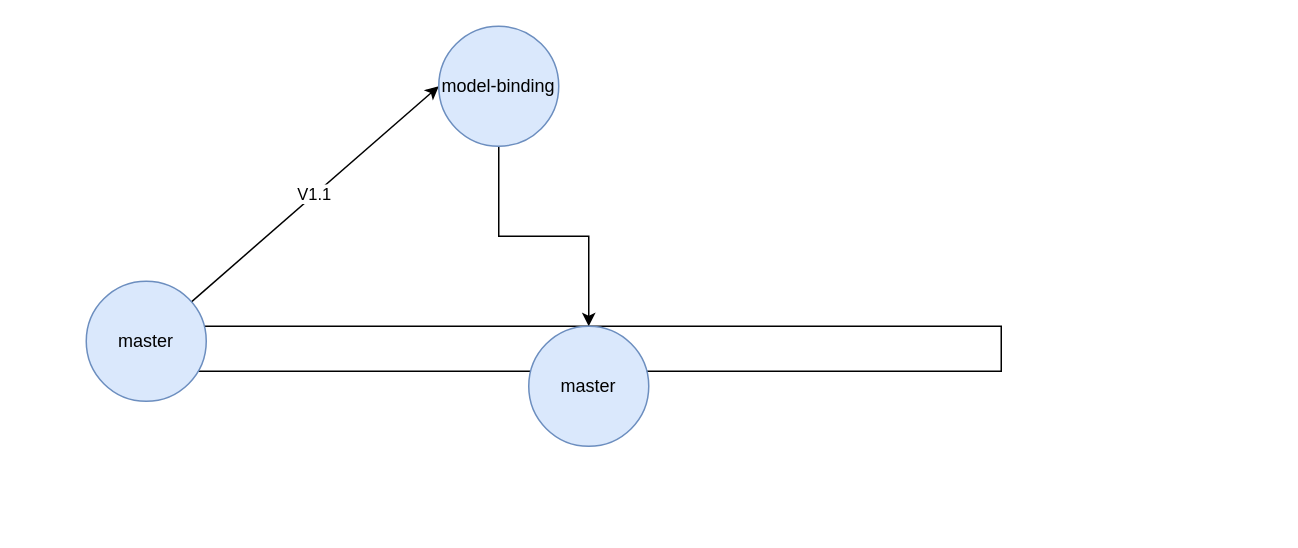
Before: PIS.drawio in zcomert/project-information-system, a draw.io diagram. Source tidied: cells renumbered, new cells numbered last; positions are measured from the earlier drawing's top-left corner, leaving out a move shared by most shapes. Both pictures are drawn from the tidied source at 150%, with x=0, y=0 at pixel (86, 26).
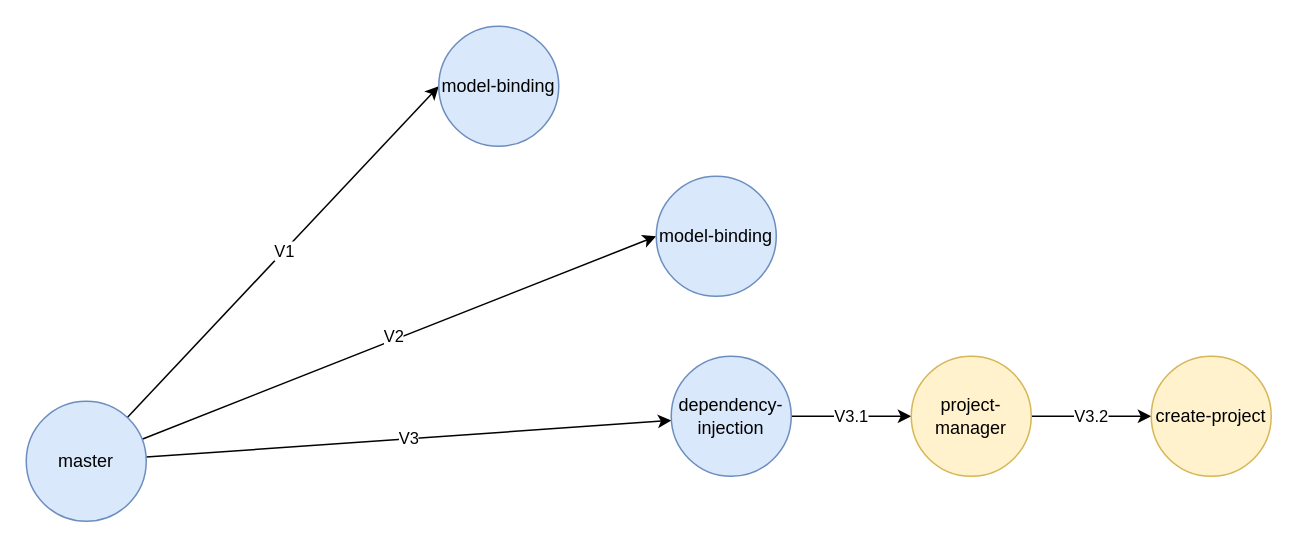
After the change.

Diff of the diagram source:
```diff
@@
 <mxGraphModel>
   <root>
     <mxCell id="0" />
     <mxCell id="1" parent="0" />
-    <mxCell id="2" style="rounded=0;whiteSpace=wrap;html=1;" parent="1" vertex="1">
-      <mxGeometry x="60" y="200" width="550" height="30" as="geometry" />
-    </mxCell>
-    <mxCell id="3" value="V1.1" style="rounded=0;jettySize=auto;html=1;entryX=0;entryY=0.5;entryDx=0;entryDy=0;" parent="1" edge="1" source="4" target="6">
+    <mxCell id="3" value="V1" style="rounded=0;jettySize=auto;html=1;entryX=0;entryY=0.5;entryDx=0;entryDy=0;" parent="1" edge="1" source="4" target="6">
       <mxGeometry relative="1" as="geometry" />
     </mxCell>
+    <mxCell id="8" style="rounded=0;jettySize=auto;html=1;entryX=0;entryY=0.5;entryDx=0;entryDy=0;" parent="1" edge="1" source="4" target="7">
+      <mxGeometry relative="1" as="geometry" />
+    </mxCell>
+    <mxCell id="9" value="V2" style="edgeLabel;html=1;align=center;verticalAlign=middle;" parent="8" vertex="1">
+      <mxGeometry x="-0.02" y="3" relative="1" as="geometry" />
+    </mxCell>
+    <mxCell id="10" value="V3" style="rounded=0;jettySize=auto;html=1;" parent="1" edge="1" source="4" target="12">
+      <mxGeometry relative="1" as="geometry" />
+    </mxCell>
     <mxCell id="4" value="master" style="ellipse;whiteSpace=wrap;html=1;fillColor=#dae8fc;strokeColor=#6c8ebf;" parent="1" vertex="1">
-      <mxGeometry y="170" width="80" height="80" as="geometry" />
+      <mxGeometry x="-40" y="250" width="80" height="80" as="geometry" />
     </mxCell>
-    <mxCell id="5" style="edgeStyle=orthogonalEdgeStyle;rounded=0;jettySize=auto;html=1;" parent="1" edge="1" source="6" target="2">
-      <mxGeometry relative="1" as="geometry" />
-    </mxCell>
     <mxCell id="6" value="model-binding" style="ellipse;whiteSpace=wrap;html=1;fillColor=#dae8fc;strokeColor=#6c8ebf;" parent="1" vertex="1">
       <mxGeometry x="235" width="80" height="80" as="geometry" />
     </mxCell>
-    <mxCell id="7" value="master" style="ellipse;whiteSpace=wrap;html=1;fillColor=#dae8fc;strokeColor=#6c8ebf;" parent="1" vertex="1">
-      <mxGeometry x="295" y="200" width="80" height="80" as="geometry" />
+    <mxCell id="7" value="model-binding" style="ellipse;whiteSpace=wrap;html=1;fillColor=#dae8fc;strokeColor=#6c8ebf;" parent="1" vertex="1">
+      <mxGeometry x="380" y="100" width="80" height="80" as="geometry" />
     </mxCell>
+    <mxCell id="11" value="V3.1" style="edgeStyle=orthogonalEdgeStyle;rounded=0;jettySize=auto;html=1;entryX=0;entryY=0.5;entryDx=0;entryDy=0;" parent="1" edge="1" source="12" target="14">
+      <mxGeometry relative="1" as="geometry" />
+    </mxCell>
+    <mxCell id="12" value="dependency-injection" style="ellipse;whiteSpace=wrap;html=1;fillColor=#dae8fc;strokeColor=#6c8ebf;" parent="1" vertex="1">
+      <mxGeometry x="390" y="220" width="80" height="80" as="geometry" />
+    </mxCell>
+    <mxCell id="13" value="V3.2" style="edgeStyle=orthogonalEdgeStyle;rounded=0;jettySize=auto;html=1;" parent="1" edge="1" source="14" target="15">
+      <mxGeometry relative="1" as="geometry" />
+    </mxCell>
+    <mxCell id="14" value="project-manager" style="ellipse;whiteSpace=wrap;html=1;fillColor=#fff2cc;strokeColor=#d6b656;" parent="1" vertex="1">
+      <mxGeometry x="550" y="220" width="80" height="80" as="geometry" />
+    </mxCell>
+    <mxCell id="15" value="create-project" style="ellipse;whiteSpace=wrap;html=1;fillColor=#fff2cc;strokeColor=#d6b656;" parent="1" vertex="1">
+      <mxGeometry x="710" y="220" width="80" height="80" as="geometry" />
+    </mxCell>
   </root>
 </mxGraphModel>
```
